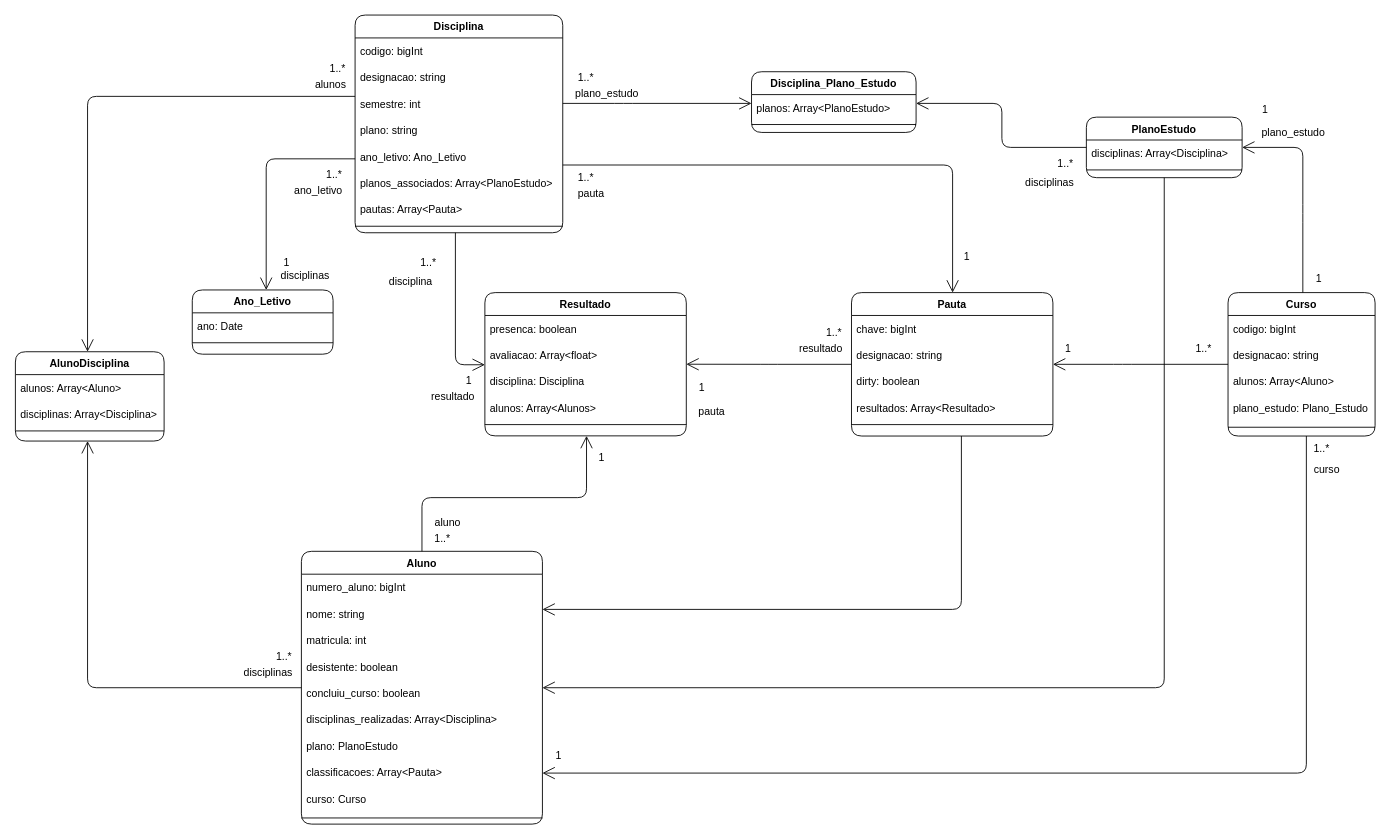
This is page "Domain" (1 of 2) of Docs/Diagrams.drawio from ruimpcastro/pweb2022, a draw.io file, before an edit. Source tidied: cells renumbered, new cells numbered last; positions are measured from the earlier drawing's top-left corner, leaving out a move shared by most shapes. Both pictures are drawn from the tidied source at 88%, with x=0, y=0 at pixel (15, 15).
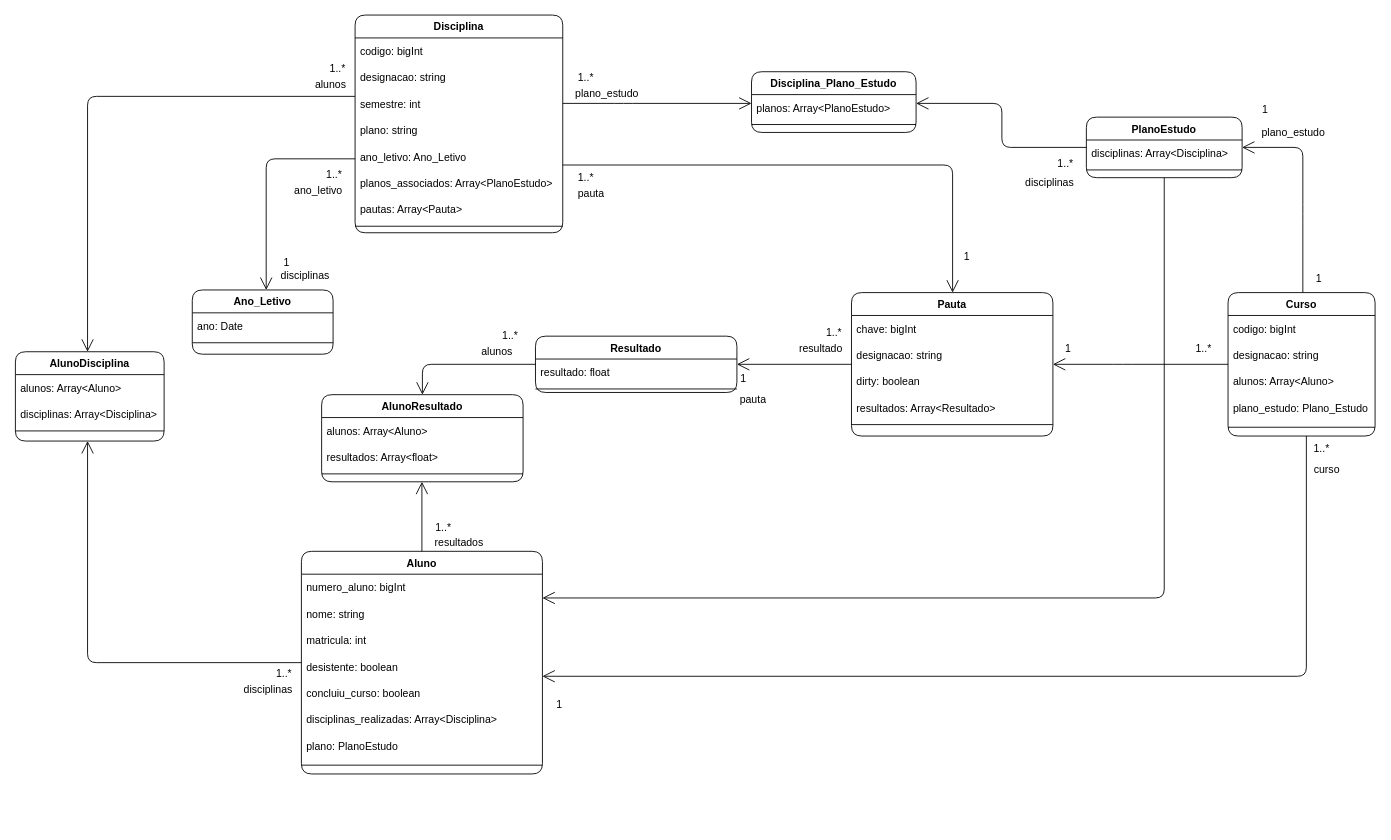
The same diagram, later.

Unchanged cells that the change refers to:
```xml
<mxCell id="13" value="Disciplina" style="swimlane;fontStyle=1;align=center;verticalAlign=top;horizontal=1;startSize=26;shadow=0;strokeWidth=1;rounded=1;" parent="1" vertex="1">
  <mxGeometry x="386" y="-0.4" width="236" height="247.4" as="geometry" />
</mxCell>
<mxCell id="22" value="Curso" style="swimlane;fontStyle=1;align=center;verticalAlign=top;horizontal=1;startSize=26;shadow=0;strokeWidth=1;rounded=1;" parent="1" vertex="1">
  <mxGeometry x="1378" y="315" width="167.1" height="163" as="geometry" />
</mxCell>
<mxCell id="28" value="PlanoEstudo" style="swimlane;fontStyle=1;align=center;verticalAlign=top;horizontal=1;startSize=26;shadow=0;strokeWidth=1;rounded=1;" parent="1" vertex="1">
  <mxGeometry x="1217" y="115.6" width="177" height="68.8" as="geometry" />
</mxCell>
<mxCell id="32" value="Pauta" style="swimlane;fontStyle=1;align=center;verticalAlign=top;horizontal=1;startSize=26;shadow=0;strokeWidth=1;rounded=1;" parent="1" vertex="1">
  <mxGeometry x="950.1" y="315" width="228.9" height="163" as="geometry" />
</mxCell>
<mxCell id="40" value="AlunoDisciplina" style="swimlane;fontStyle=1;align=center;verticalAlign=top;horizontal=1;startSize=26;shadow=0;strokeWidth=1;rounded=1;" parent="1" vertex="1">
  <mxGeometry y="382.2" width="169" height="101.5" as="geometry" />
</mxCell>
```

Diff of the diagram source:
```diff
@@
     <mxCell id="2" value="Aluno" style="swimlane;fontStyle=1;align=center;verticalAlign=top;horizontal=1;startSize=26;shadow=0;strokeWidth=1;rounded=1;" parent="1" vertex="1">
-      <mxGeometry x="325" y="609" width="273.9" height="310" as="geometry" />
+      <mxGeometry x="325" y="609" width="273.9" height="253" as="geometry" />
     </mxCell>
@@
-    <mxCell id="10" value="classificacoes: Array&lt;Pauta&gt;" style="text;strokeColor=none;fillColor=none;align=left;verticalAlign=middle;spacingLeft=4;spacingRight=4;overflow=hidden;rounded=1;" parent="2" vertex="1">
-      <mxGeometry y="236" width="273.9" height="30" as="geometry" />
-    </mxCell>
-    <mxCell id="11" value="curso: Curso" style="text;strokeColor=none;fillColor=none;align=left;verticalAlign=middle;spacingLeft=4;spacingRight=4;overflow=hidden;rounded=1;" parent="2" vertex="1">
-      <mxGeometry y="266" width="273.9" height="30" as="geometry" />
-    </mxCell>
     <mxCell id="12" style="line;html=1;strokeWidth=1;align=left;verticalAlign=middle;spacingTop=-1;spacingLeft=3;spacingRight=3;labelPosition=right;rounded=1;" parent="2" vertex="1">
-      <mxGeometry y="296" width="273.9" height="14" as="geometry" />
+      <mxGeometry y="236" width="273.9" height="14" as="geometry" />
     </mxCell>
@@
     <mxCell id="39" style="endArrow=open;endFill=1;endSize=12;html=1;edgeStyle=orthogonalEdgeStyle;strokeColor=default;" parent="1" edge="1" source="22" target="2">
       <mxGeometry relative="1" as="geometry">
         <Array as="points">
-          <mxPoint x="1467" y="861" />
+          <mxPoint x="1467" y="751" />
         </Array>
       </mxGeometry>
     </mxCell>
@@
     <mxCell id="45" style="endArrow=open;endFill=1;endSize=12;html=1;rounded=1;edgeStyle=orthogonalEdgeStyle;" parent="1" edge="1" source="2" target="40">
       <mxGeometry relative="1" as="geometry">
         <Array as="points">
-          <mxPoint x="82" y="764" />
+          <mxPoint x="82" y="735" />
         </Array>
       </mxGeometry>
     </mxCell>
@@
     <mxCell id="48" value="1" style="text;html=1;align=center;verticalAlign=middle;strokeColor=none;fillColor=none;" parent="1" vertex="1">
-      <mxGeometry x="608" y="833" width="17" height="18" as="geometry" />
+      <mxGeometry x="609" y="775" width="17" height="18" as="geometry" />
     </mxCell>
@@
     <mxCell id="51" value="1..*" style="text;html=1;align=center;verticalAlign=middle;strokeColor=none;fillColor=none;" parent="1" vertex="1">
-      <mxGeometry x="291" y="720" width="28" height="18" as="geometry" />
+      <mxGeometry x="291" y="739" width="28" height="18" as="geometry" />
     </mxCell>
@@
     <mxCell id="63" value="Resultado" style="swimlane;fontStyle=1;align=center;verticalAlign=top;horizontal=1;startSize=26;shadow=0;strokeWidth=1;rounded=1;" parent="1" vertex="1">
-      <mxGeometry x="533.5" y="315" width="228.9" height="162.8" as="geometry" />
+      <mxGeometry x="591" y="364.5" width="228.9" height="64" as="geometry" />
     </mxCell>
-    <mxCell id="64" value="presenca: boolean" style="text;strokeColor=none;fillColor=none;align=left;verticalAlign=middle;spacingLeft=4;spacingRight=4;overflow=hidden;rounded=1;" parent="63" vertex="1">
-      <mxGeometry y="26" width="228.9" height="30" as="geometry" />
-    </mxCell>
-    <mxCell id="65" value="avaliacao: Array&lt;float&gt;" style="text;strokeColor=none;fillColor=none;align=left;verticalAlign=middle;spacingLeft=4;spacingRight=4;overflow=hidden;rounded=1;" parent="63" vertex="1">
-      <mxGeometry y="56" width="228.9" height="30" as="geometry" />
-    </mxCell>
-    <mxCell id="66" value="disciplina: Disciplina" style="text;strokeColor=none;fillColor=none;align=left;verticalAlign=middle;spacingLeft=4;spacingRight=4;overflow=hidden;rounded=1;" parent="63" vertex="1">
-      <mxGeometry y="86" width="228.9" height="30" as="geometry" />
-    </mxCell>
-    <mxCell id="67" value="alunos: Array&lt;Alunos&gt;" style="text;strokeColor=none;fillColor=none;align=left;verticalAlign=middle;spacingLeft=4;spacingRight=4;overflow=hidden;rounded=1;" parent="63" vertex="1">
-      <mxGeometry y="116" width="228.9" height="30" as="geometry" />
-    </mxCell>
+    <mxCell id="101" value="resultado: float" style="text;strokeColor=none;fillColor=none;align=left;verticalAlign=middle;spacingLeft=4;spacingRight=4;overflow=hidden;rounded=1;" parent="63" vertex="1">
+      <mxGeometry y="26" width="228.9" height="30" as="geometry" />
+    </mxCell>
     <mxCell id="68" style="line;html=1;strokeWidth=1;align=left;verticalAlign=middle;spacingTop=-1;spacingLeft=3;spacingRight=3;labelPosition=right;rounded=1;" parent="63" vertex="1">
-      <mxGeometry y="146" width="228.9" height="8" as="geometry" />
+      <mxGeometry y="56" width="228.9" height="8" as="geometry" />
     </mxCell>
@@
-    <mxCell id="70" style="endArrow=open;endFill=1;endSize=12;html=1;rounded=1;edgeStyle=orthogonalEdgeStyle;" parent="1" edge="1" source="2" target="63">
+    <mxCell id="70" style="endArrow=open;endFill=1;endSize=12;html=1;rounded=1;edgeStyle=orthogonalEdgeStyle;" parent="1" edge="1" source="2" target="102">
       <mxGeometry relative="1" as="geometry">
         <Array as="points">
-          <mxPoint x="462" y="548" />
-          <mxPoint x="649" y="548" />
+          <mxPoint x="462" y="471" />
         </Array>
       </mxGeometry>
     </mxCell>
-    <mxCell id="71" style="endArrow=open;endFill=1;endSize=12;html=1;rounded=1;edgeStyle=orthogonalEdgeStyle;" parent="1" edge="1" source="13" target="63">
-      <mxGeometry relative="1" as="geometry">
-        <Array as="points">
-          <mxPoint x="500" y="397" />
-        </Array>
-      </mxGeometry>
-    </mxCell>
@@
-    <mxCell id="82" value="1..*" style="text;html=1;align=center;verticalAlign=middle;strokeColor=none;fillColor=none;" parent="1" vertex="1">
-      <mxGeometry x="455" y="272" width="28" height="18" as="geometry" />
-    </mxCell>
     <mxCell id="83" value="1..*" style="text;html=1;align=center;verticalAlign=middle;strokeColor=none;fillColor=none;" parent="1" vertex="1">
-      <mxGeometry x="471" y="586" width="28" height="18" as="geometry" />
+      <mxGeometry x="471.5" y="573" width="28" height="18" as="geometry" />
     </mxCell>
@@
     <mxCell id="85" value="1" style="text;html=1;align=center;verticalAlign=middle;strokeColor=none;fillColor=none;" parent="1" vertex="1">
-      <mxGeometry x="771" y="414" width="17" height="18" as="geometry" />
+      <mxGeometry x="818" y="404" width="17" height="18" as="geometry" />
     </mxCell>
-    <mxCell id="86" value="1" style="text;html=1;align=center;verticalAlign=middle;strokeColor=none;fillColor=none;" parent="1" vertex="1">
-      <mxGeometry x="657" y="494" width="17" height="18" as="geometry" />
-    </mxCell>
-    <mxCell id="87" value="1" style="text;html=1;align=center;verticalAlign=middle;strokeColor=none;fillColor=none;" parent="1" vertex="1">
-      <mxGeometry x="506" y="406" width="17" height="18" as="geometry" />
-    </mxCell>
-    <mxCell id="88" value="aluno" style="text;html=1;align=center;verticalAlign=middle;strokeColor=none;fillColor=none;" parent="1" vertex="1">
-      <mxGeometry x="471" y="568" width="39" height="18" as="geometry" />
-    </mxCell>
     <mxCell id="89" value="pauta" style="text;html=1;align=center;verticalAlign=middle;strokeColor=none;fillColor=none;" parent="1" vertex="1">
-      <mxGeometry x="771" y="442" width="40" height="18" as="geometry" />
+      <mxGeometry x="818" y="428" width="40" height="18" as="geometry" />
     </mxCell>
-    <mxCell id="90" value="disciplina" style="text;html=1;align=center;verticalAlign=middle;strokeColor=none;fillColor=none;" parent="1" vertex="1">
-      <mxGeometry x="419" y="294" width="59" height="18" as="geometry" />
-    </mxCell>
@@
     <mxCell id="92" value="disciplinas" style="text;html=1;align=center;verticalAlign=middle;strokeColor=none;fillColor=none;" parent="1" vertex="1">
-      <mxGeometry x="254" y="738" width="65" height="18" as="geometry" />
+      <mxGeometry x="254" y="757" width="65" height="18" as="geometry" />
     </mxCell>
@@
-    <mxCell id="98" value="resultado" style="text;html=1;align=center;verticalAlign=middle;strokeColor=none;fillColor=none;" parent="1" vertex="1">
-      <mxGeometry x="467" y="424" width="59" height="18" as="geometry" />
-    </mxCell>
     <mxCell id="99" style="endArrow=open;endFill=1;endSize=12;html=1;edgeStyle=orthogonalEdgeStyle;strokeColor=default;" parent="1" edge="1" source="28" target="2">
       <mxGeometry relative="1" as="geometry">
         <Array as="points">
-          <mxPoint x="1306" y="764" />
+          <mxPoint x="1306" y="662" />
         </Array>
       </mxGeometry>
     </mxCell>
-    <mxCell id="100" style="endArrow=open;endFill=1;endSize=12;html=1;rounded=1;edgeStyle=orthogonalEdgeStyle;" parent="1" edge="1" source="32" target="2">
-      <mxGeometry relative="1" as="geometry">
-        <Array as="points">
-          <mxPoint x="1075" y="675" />
-        </Array>
-      </mxGeometry>
-    </mxCell>
+    <mxCell id="102" value="AlunoResultado" style="swimlane;fontStyle=1;align=center;verticalAlign=top;horizontal=1;startSize=26;shadow=0;strokeWidth=1;rounded=1;" parent="1" vertex="1">
+      <mxGeometry x="348" y="431" width="228.9" height="99" as="geometry" />
+    </mxCell>
+    <mxCell id="67" value="alunos: Array&lt;Aluno&gt;" style="text;strokeColor=none;fillColor=none;align=left;verticalAlign=middle;spacingLeft=4;spacingRight=4;overflow=hidden;rounded=1;" parent="102" vertex="1">
+      <mxGeometry y="26" width="228.9" height="30" as="geometry" />
+    </mxCell>
+    <mxCell id="103" value="resultados: Array&lt;float&gt;" style="text;strokeColor=none;fillColor=none;align=left;verticalAlign=middle;spacingLeft=4;spacingRight=4;overflow=hidden;rounded=1;" parent="102" vertex="1">
+      <mxGeometry y="56" width="228.9" height="30" as="geometry" />
+    </mxCell>
+    <mxCell id="104" style="line;html=1;strokeWidth=1;align=left;verticalAlign=middle;spacingTop=-1;spacingLeft=3;spacingRight=3;labelPosition=right;rounded=1;" parent="102" vertex="1">
+      <mxGeometry y="86" width="228.9" height="8" as="geometry" />
+    </mxCell>
+    <mxCell id="105" style="endArrow=open;endFill=1;endSize=12;html=1;rounded=1;edgeStyle=orthogonalEdgeStyle;" parent="1" edge="1" source="63" target="102">
+      <mxGeometry relative="1" as="geometry" />
+    </mxCell>
+    <mxCell id="82" value="1..*" style="text;html=1;align=center;verticalAlign=middle;strokeColor=none;fillColor=none;" parent="1" vertex="1">
+      <mxGeometry x="548.4" y="355" width="28" height="18" as="geometry" />
+    </mxCell>
+    <mxCell id="106" value="alunos" style="text;html=1;align=center;verticalAlign=middle;strokeColor=none;fillColor=none;" parent="1" vertex="1">
+      <mxGeometry x="524.4" y="373" width="45" height="18" as="geometry" />
+    </mxCell>
+    <mxCell id="107" value="resultados" style="text;html=1;align=center;verticalAlign=middle;strokeColor=none;fillColor=none;" parent="1" vertex="1">
+      <mxGeometry x="471.5" y="591" width="65" height="18" as="geometry" />
+    </mxCell>
```
